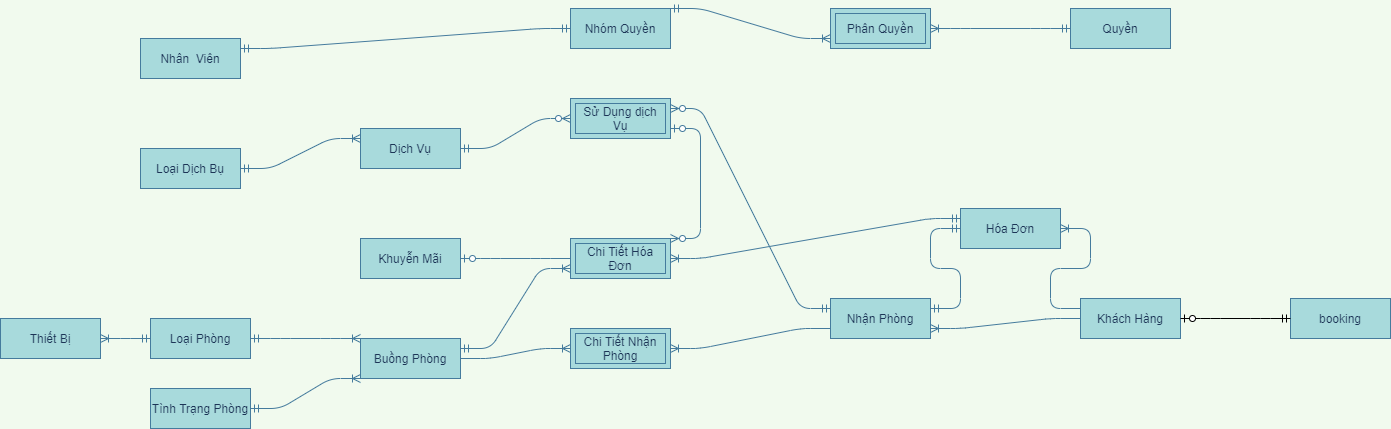
Above: EntityRelationship-QLKS.png in maialino123/QLKS (draw.io), before the change. Source tidied: cells renumbered, new cells last; positions are measured from the earlier drawing's top-left corner, leaving out a move shared by most shapes. Its diagram source:
```xml
<mxGraphModel background="#F1FAEE">
  <root>
    <mxCell id="0" />
    <mxCell id="1" parent="0" />
    <mxCell id="2" style="edgeStyle=entityRelationEdgeStyle;fontSize=12;html=1;endArrow=ERoneToMany;startArrow=ERmandOne;strokeColor=#457B9D;fillColor=#A8DADC;labelBackgroundColor=#F1FAEE;fontColor=#1D3557;exitX=1;exitY=0.5;exitDx=0;exitDy=0;entryX=0;entryY=0;entryDx=0;entryDy=0;" parent="1" edge="1" source="31" target="33">
      <mxGeometry relative="1" as="geometry" />
    </mxCell>
    <mxCell id="3" style="edgeStyle=entityRelationEdgeStyle;fontSize=12;html=1;endArrow=ERoneToMany;startArrow=ERmandOne;strokeColor=#457B9D;fillColor=#A8DADC;labelBackgroundColor=#F1FAEE;fontColor=#1D3557;exitX=1;exitY=0.5;exitDx=0;exitDy=0;entryX=0;entryY=1;entryDx=0;entryDy=0;" parent="1" edge="1" source="32" target="33">
      <mxGeometry relative="1" as="geometry" />
    </mxCell>
    <mxCell id="4" style="edgeStyle=entityRelationEdgeStyle;fontSize=12;html=1;endArrow=ERoneToMany;strokeColor=#457B9D;fillColor=#A8DADC;entryX=1;entryY=0.5;entryDx=0;entryDy=0;labelBackgroundColor=#F1FAEE;fontColor=#1D3557;exitX=0;exitY=0.75;exitDx=0;exitDy=0;" parent="1" edge="1" source="34" target="5">
      <mxGeometry relative="1" as="geometry" />
    </mxCell>
    <mxCell id="5" value="Chi Tiết Nhận Phòng" style="shape=ext;margin=3;double=1;whiteSpace=wrap;html=1;align=center;strokeColor=#457B9D;fillColor=#A8DADC;fontColor=#1D3557;" parent="1" vertex="1">
      <mxGeometry x="570" y="320" width="100" height="40" as="geometry" />
    </mxCell>
    <mxCell id="6" style="edgeStyle=entityRelationEdgeStyle;fontSize=12;html=1;endArrow=ERoneToMany;strokeColor=#457B9D;fillColor=#A8DADC;entryX=0;entryY=0.5;entryDx=0;entryDy=0;labelBackgroundColor=#F1FAEE;fontColor=#1D3557;exitX=1;exitY=0.5;exitDx=0;exitDy=0;" parent="1" edge="1" source="33" target="5">
      <mxGeometry relative="1" as="geometry" />
    </mxCell>
    <mxCell id="7" style="edgeStyle=entityRelationEdgeStyle;fontSize=12;html=1;endArrow=ERoneToMany;strokeColor=#457B9D;fillColor=#A8DADC;labelBackgroundColor=#F1FAEE;fontColor=#1D3557;entryX=1;entryY=0.75;entryDx=0;entryDy=0;exitX=0;exitY=0.5;exitDx=0;exitDy=0;" parent="1" edge="1" source="35" target="34">
      <mxGeometry relative="1" as="geometry" />
    </mxCell>
    <mxCell id="8" style="edgeStyle=entityRelationEdgeStyle;fontSize=12;html=1;endArrow=ERoneToMany;strokeColor=#457B9D;fillColor=#A8DADC;labelBackgroundColor=#F1FAEE;fontColor=#1D3557;exitX=0;exitY=0.25;exitDx=0;exitDy=0;entryX=1;entryY=0.5;entryDx=0;entryDy=0;" parent="1" edge="1" source="35" target="36">
      <mxGeometry relative="1" as="geometry" />
    </mxCell>
    <mxCell id="9" style="edgeStyle=entityRelationEdgeStyle;fontSize=12;html=1;endArrow=ERmandOne;startArrow=ERmandOne;strokeColor=#457B9D;fillColor=#A8DADC;labelBackgroundColor=#F1FAEE;fontColor=#1D3557;exitX=1;exitY=0.25;exitDx=0;exitDy=0;entryX=0;entryY=0.5;entryDx=0;entryDy=0;" parent="1" edge="1" source="34" target="36">
      <mxGeometry relative="1" as="geometry" />
    </mxCell>
    <mxCell id="10" value="Chi Tiết Hóa Đơn" style="shape=ext;margin=3;double=1;whiteSpace=wrap;html=1;align=center;strokeColor=#457B9D;fillColor=#A8DADC;fontColor=#1D3557;" parent="1" vertex="1">
      <mxGeometry x="570" y="230" width="100" height="40" as="geometry" />
    </mxCell>
    <mxCell id="11" style="edgeStyle=entityRelationEdgeStyle;fontSize=12;html=1;endArrow=ERoneToMany;startArrow=ERmandOne;strokeColor=#457B9D;fillColor=#A8DADC;entryX=1;entryY=0.5;entryDx=0;entryDy=0;labelBackgroundColor=#F1FAEE;fontColor=#1D3557;exitX=0;exitY=0.25;exitDx=0;exitDy=0;" parent="1" edge="1" source="36" target="10">
      <mxGeometry relative="1" as="geometry" />
    </mxCell>
    <mxCell id="12" style="edgeStyle=entityRelationEdgeStyle;fontSize=12;html=1;endArrow=ERzeroToOne;endFill=1;strokeColor=#457B9D;fillColor=#A8DADC;exitX=0;exitY=0.5;exitDx=0;exitDy=0;labelBackgroundColor=#F1FAEE;fontColor=#1D3557;entryX=1;entryY=0.5;entryDx=0;entryDy=0;" parent="1" edge="1" source="10" target="29">
      <mxGeometry relative="1" as="geometry" />
    </mxCell>
    <mxCell id="13" style="edgeStyle=entityRelationEdgeStyle;fontSize=12;html=1;endArrow=ERoneToMany;startArrow=ERmandOne;strokeColor=#457B9D;fillColor=#A8DADC;labelBackgroundColor=#F1FAEE;fontColor=#1D3557;entryX=1;entryY=0.5;entryDx=0;entryDy=0;exitX=0;exitY=0.5;exitDx=0;exitDy=0;" parent="1" edge="1" source="31" target="30">
      <mxGeometry relative="1" as="geometry" />
    </mxCell>
    <mxCell id="14" style="edgeStyle=entityRelationEdgeStyle;fontSize=12;html=1;endArrow=ERoneToMany;startArrow=ERmandOne;labelBackgroundColor=#F1FAEE;strokeColor=#457B9D;fontColor=#1D3557;exitX=1;exitY=0.5;exitDx=0;exitDy=0;entryX=0;entryY=0.25;entryDx=0;entryDy=0;" parent="1" edge="1" source="27" target="28">
      <mxGeometry relative="1" as="geometry" />
    </mxCell>
    <mxCell id="15" style="edgeStyle=entityRelationEdgeStyle;fontSize=12;html=1;endArrow=ERzeroToMany;startArrow=ERmandOne;entryX=0;entryY=0.5;entryDx=0;entryDy=0;labelBackgroundColor=#F1FAEE;strokeColor=#457B9D;fontColor=#1D3557;exitX=1;exitY=0.5;exitDx=0;exitDy=0;" parent="1" edge="1" source="28" target="16">
      <mxGeometry relative="1" as="geometry" />
    </mxCell>
    <mxCell id="16" value="Sử Dụng dịch Vụ" style="shape=ext;margin=3;double=1;whiteSpace=wrap;html=1;align=center;strokeColor=#457B9D;fillColor=#A8DADC;fontColor=#1D3557;" parent="1" vertex="1">
      <mxGeometry x="570" y="90" width="100" height="40" as="geometry" />
    </mxCell>
    <mxCell id="17" style="edgeStyle=entityRelationEdgeStyle;fontSize=12;html=1;endArrow=ERzeroToMany;startArrow=ERmandOne;entryX=1;entryY=0.25;entryDx=0;entryDy=0;labelBackgroundColor=#F1FAEE;strokeColor=#457B9D;fontColor=#1D3557;exitX=0;exitY=0.25;exitDx=0;exitDy=0;" parent="1" edge="1" source="34" target="16">
      <mxGeometry relative="1" as="geometry" />
    </mxCell>
    <mxCell id="18" style="edgeStyle=entityRelationEdgeStyle;fontSize=12;html=1;endArrow=ERoneToMany;startArrow=ERmandOne;strokeColor=#457B9D;fillColor=#A8DADC;entryX=0;entryY=0.75;entryDx=0;entryDy=0;exitX=1;exitY=0.25;exitDx=0;exitDy=0;" parent="1" edge="1" source="33" target="10">
      <mxGeometry relative="1" as="geometry" />
    </mxCell>
    <mxCell id="19" style="edgeStyle=entityRelationEdgeStyle;fontSize=12;html=1;endArrow=ERzeroToMany;startArrow=ERzeroToOne;strokeColor=#457B9D;fillColor=#A8DADC;exitX=1;exitY=0.75;exitDx=0;exitDy=0;entryX=1;entryY=0;entryDx=0;entryDy=0;" parent="1" edge="1" source="16" target="10">
      <mxGeometry relative="1" as="geometry" />
    </mxCell>
    <mxCell id="20" style="edgeStyle=entityRelationEdgeStyle;fontSize=12;html=1;endArrow=ERoneToMany;startArrow=ERmandOne;labelBackgroundColor=#F1FAEE;strokeColor=#457B9D;fontColor=#1D3557;entryX=1;entryY=0.5;entryDx=0;entryDy=0;exitX=0;exitY=0.5;exitDx=0;exitDy=0;" parent="1" edge="1" source="25" target="21">
      <mxGeometry relative="1" as="geometry" />
    </mxCell>
    <mxCell id="21" value="Phân Quyền" style="shape=ext;margin=3;double=1;whiteSpace=wrap;html=1;align=center;strokeColor=#457B9D;fillColor=#A8DADC;fontColor=#1D3557;" parent="1" vertex="1">
      <mxGeometry x="830" width="100" height="40" as="geometry" />
    </mxCell>
    <mxCell id="22" style="edgeStyle=entityRelationEdgeStyle;fontSize=12;html=1;endArrow=ERoneToMany;startArrow=ERmandOne;labelBackgroundColor=#F1FAEE;strokeColor=#457B9D;fontColor=#1D3557;entryX=0;entryY=0.75;entryDx=0;entryDy=0;exitX=1;exitY=0;exitDx=0;exitDy=0;" parent="1" edge="1" source="24" target="21">
      <mxGeometry relative="1" as="geometry" />
    </mxCell>
    <mxCell id="23" style="edgeStyle=entityRelationEdgeStyle;fontSize=12;html=1;endArrow=ERmandOne;startArrow=ERmandOne;strokeColor=#457B9D;fillColor=#A8DADC;exitX=1;exitY=0.25;exitDx=0;exitDy=0;entryX=0;entryY=0.5;entryDx=0;entryDy=0;" parent="1" edge="1" source="26" target="24">
      <mxGeometry relative="1" as="geometry" />
    </mxCell>
    <mxCell id="24" value="Nhóm Quyền" style="whiteSpace=wrap;html=1;align=center;rounded=0;sketch=0;strokeColor=#457B9D;fillColor=#A8DADC;fontColor=#1D3557;" parent="1" vertex="1">
      <mxGeometry x="570" width="100" height="40" as="geometry" />
    </mxCell>
    <mxCell id="25" value="Quyền" style="whiteSpace=wrap;html=1;align=center;rounded=0;sketch=0;strokeColor=#457B9D;fillColor=#A8DADC;fontColor=#1D3557;" parent="1" vertex="1">
      <mxGeometry x="1070" width="100" height="40" as="geometry" />
    </mxCell>
    <mxCell id="26" value="Nhân&amp;nbsp; Viên" style="whiteSpace=wrap;html=1;align=center;rounded=0;sketch=0;strokeColor=#457B9D;fillColor=#A8DADC;fontColor=#1D3557;" parent="1" vertex="1">
      <mxGeometry x="140" y="30" width="100" height="40" as="geometry" />
    </mxCell>
    <mxCell id="27" value="Loại Dịch Bụ" style="whiteSpace=wrap;html=1;align=center;rounded=0;sketch=0;strokeColor=#457B9D;fillColor=#A8DADC;fontColor=#1D3557;" parent="1" vertex="1">
      <mxGeometry x="140" y="140" width="100" height="40" as="geometry" />
    </mxCell>
    <mxCell id="28" value="Dịch Vụ" style="whiteSpace=wrap;html=1;align=center;rounded=0;sketch=0;strokeColor=#457B9D;fillColor=#A8DADC;fontColor=#1D3557;" parent="1" vertex="1">
      <mxGeometry x="360" y="120" width="100" height="40" as="geometry" />
    </mxCell>
    <mxCell id="29" value="Khuyễn Mãi" style="whiteSpace=wrap;html=1;align=center;rounded=0;sketch=0;strokeColor=#457B9D;fillColor=#A8DADC;fontColor=#1D3557;" parent="1" vertex="1">
      <mxGeometry x="360" y="230" width="100" height="40" as="geometry" />
    </mxCell>
    <mxCell id="30" value="Thiết Bị" style="whiteSpace=wrap;html=1;align=center;rounded=0;sketch=0;strokeColor=#457B9D;fillColor=#A8DADC;fontColor=#1D3557;" parent="1" vertex="1">
      <mxGeometry y="310" width="100" height="40" as="geometry" />
    </mxCell>
    <mxCell id="31" value="Loại Phòng" style="whiteSpace=wrap;html=1;align=center;rounded=0;sketch=0;strokeColor=#457B9D;fillColor=#A8DADC;fontColor=#1D3557;" parent="1" vertex="1">
      <mxGeometry x="150" y="310" width="100" height="40" as="geometry" />
    </mxCell>
    <mxCell id="32" value="Tình Trạng Phòng" style="whiteSpace=wrap;html=1;align=center;rounded=0;sketch=0;strokeColor=#457B9D;fillColor=#A8DADC;fontColor=#1D3557;" parent="1" vertex="1">
      <mxGeometry x="150" y="380" width="100" height="40" as="geometry" />
    </mxCell>
    <mxCell id="33" value="Buồng Phòng" style="whiteSpace=wrap;html=1;align=center;rounded=0;sketch=0;strokeColor=#457B9D;fillColor=#A8DADC;fontColor=#1D3557;" parent="1" vertex="1">
      <mxGeometry x="360" y="330" width="100" height="40" as="geometry" />
    </mxCell>
    <mxCell id="34" value="Nhận Phòng" style="whiteSpace=wrap;html=1;align=center;rounded=0;sketch=0;strokeColor=#457B9D;fillColor=#A8DADC;fontColor=#1D3557;" parent="1" vertex="1">
      <mxGeometry x="830" y="290" width="100" height="40" as="geometry" />
    </mxCell>
    <mxCell id="35" value="Khách Hàng" style="whiteSpace=wrap;html=1;align=center;rounded=0;sketch=0;strokeColor=#457B9D;fillColor=#A8DADC;fontColor=#1D3557;" parent="1" vertex="1">
      <mxGeometry x="1080" y="290" width="100" height="40" as="geometry" />
    </mxCell>
    <mxCell id="36" value="Hóa Đơn" style="whiteSpace=wrap;html=1;align=center;rounded=0;sketch=0;strokeColor=#457B9D;fillColor=#A8DADC;fontColor=#1D3557;" parent="1" vertex="1">
      <mxGeometry x="960" y="200" width="100" height="40" as="geometry" />
    </mxCell>
    <mxCell id="37" value="booking" style="whiteSpace=wrap;html=1;align=center;rounded=0;sketch=0;strokeColor=#457B9D;fillColor=#A8DADC;fontColor=#1D3557;" parent="1" vertex="1">
      <mxGeometry x="1290" y="290" width="100" height="40" as="geometry" />
    </mxCell>
    <mxCell id="38" style="edgeStyle=entityRelationEdgeStyle;fontSize=12;html=1;endArrow=ERzeroToOne;startArrow=ERmandOne;entryX=1;entryY=0.5;entryDx=0;entryDy=0;exitX=0;exitY=0.5;exitDx=0;exitDy=0;" parent="1" edge="1" source="37" target="35">
      <mxGeometry relative="1" as="geometry" />
    </mxCell>
  </root>
</mxGraphModel>
```
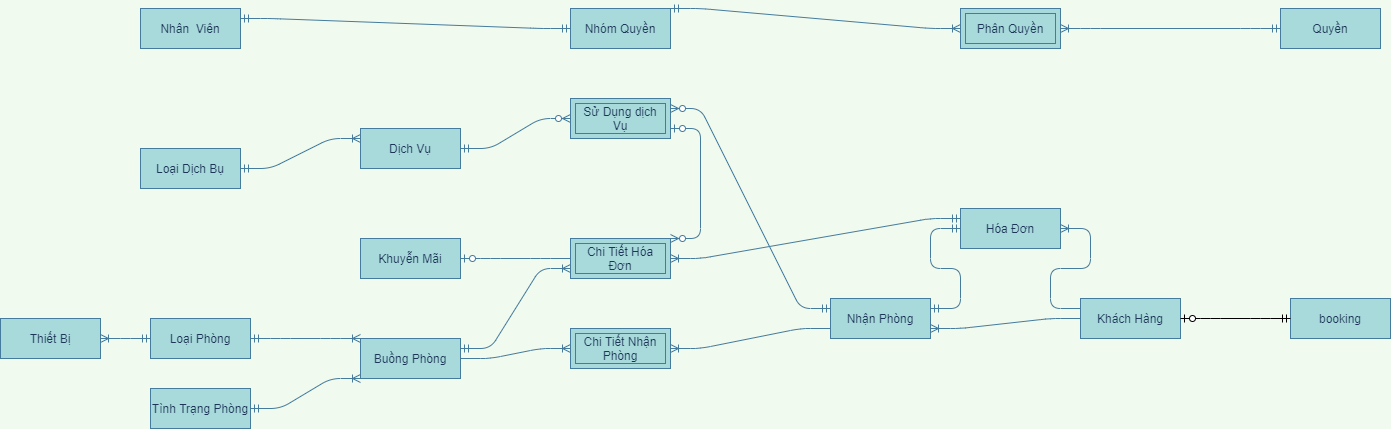
Above is the later version.

The edit, as a diff of the source:
```diff
@@ -60,9 +60,9 @@
       <mxGeometry relative="1" as="geometry" />
     </mxCell>
     <mxCell id="21" value="Phân Quyền" style="shape=ext;margin=3;double=1;whiteSpace=wrap;html=1;align=center;strokeColor=#457B9D;fillColor=#A8DADC;fontColor=#1D3557;" parent="1" vertex="1">
-      <mxGeometry x="830" width="100" height="40" as="geometry" />
+      <mxGeometry x="960" width="100" height="40" as="geometry" />
     </mxCell>
-    <mxCell id="22" style="edgeStyle=entityRelationEdgeStyle;fontSize=12;html=1;endArrow=ERoneToMany;startArrow=ERmandOne;labelBackgroundColor=#F1FAEE;strokeColor=#457B9D;fontColor=#1D3557;entryX=0;entryY=0.75;entryDx=0;entryDy=0;exitX=1;exitY=0;exitDx=0;exitDy=0;" parent="1" edge="1" source="24" target="21">
+    <mxCell id="22" style="edgeStyle=entityRelationEdgeStyle;fontSize=12;html=1;endArrow=ERoneToMany;startArrow=ERmandOne;labelBackgroundColor=#F1FAEE;strokeColor=#457B9D;fontColor=#1D3557;exitX=1;exitY=0;exitDx=0;exitDy=0;entryX=0;entryY=0.5;entryDx=0;entryDy=0;" parent="1" edge="1" source="24" target="21">
       <mxGeometry relative="1" as="geometry" />
     </mxCell>
     <mxCell id="23" style="edgeStyle=entityRelationEdgeStyle;fontSize=12;html=1;endArrow=ERmandOne;startArrow=ERmandOne;strokeColor=#457B9D;fillColor=#A8DADC;exitX=1;exitY=0.25;exitDx=0;exitDy=0;entryX=0;entryY=0.5;entryDx=0;entryDy=0;" parent="1" edge="1" source="26" target="24">
@@ -72,10 +72,10 @@
       <mxGeometry x="570" width="100" height="40" as="geometry" />
     </mxCell>
     <mxCell id="25" value="Quyền" style="whiteSpace=wrap;html=1;align=center;rounded=0;sketch=0;strokeColor=#457B9D;fillColor=#A8DADC;fontColor=#1D3557;" parent="1" vertex="1">
-      <mxGeometry x="1070" width="100" height="40" as="geometry" />
+      <mxGeometry x="1280" width="100" height="40" as="geometry" />
     </mxCell>
     <mxCell id="26" value="Nhân&amp;nbsp; Viên" style="whiteSpace=wrap;html=1;align=center;rounded=0;sketch=0;strokeColor=#457B9D;fillColor=#A8DADC;fontColor=#1D3557;" parent="1" vertex="1">
-      <mxGeometry x="140" y="30" width="100" height="40" as="geometry" />
+      <mxGeometry x="140" width="100" height="40" as="geometry" />
     </mxCell>
     <mxCell id="27" value="Loại Dịch Bụ" style="whiteSpace=wrap;html=1;align=center;rounded=0;sketch=0;strokeColor=#457B9D;fillColor=#A8DADC;fontColor=#1D3557;" parent="1" vertex="1">
       <mxGeometry x="140" y="140" width="100" height="40" as="geometry" />
```
